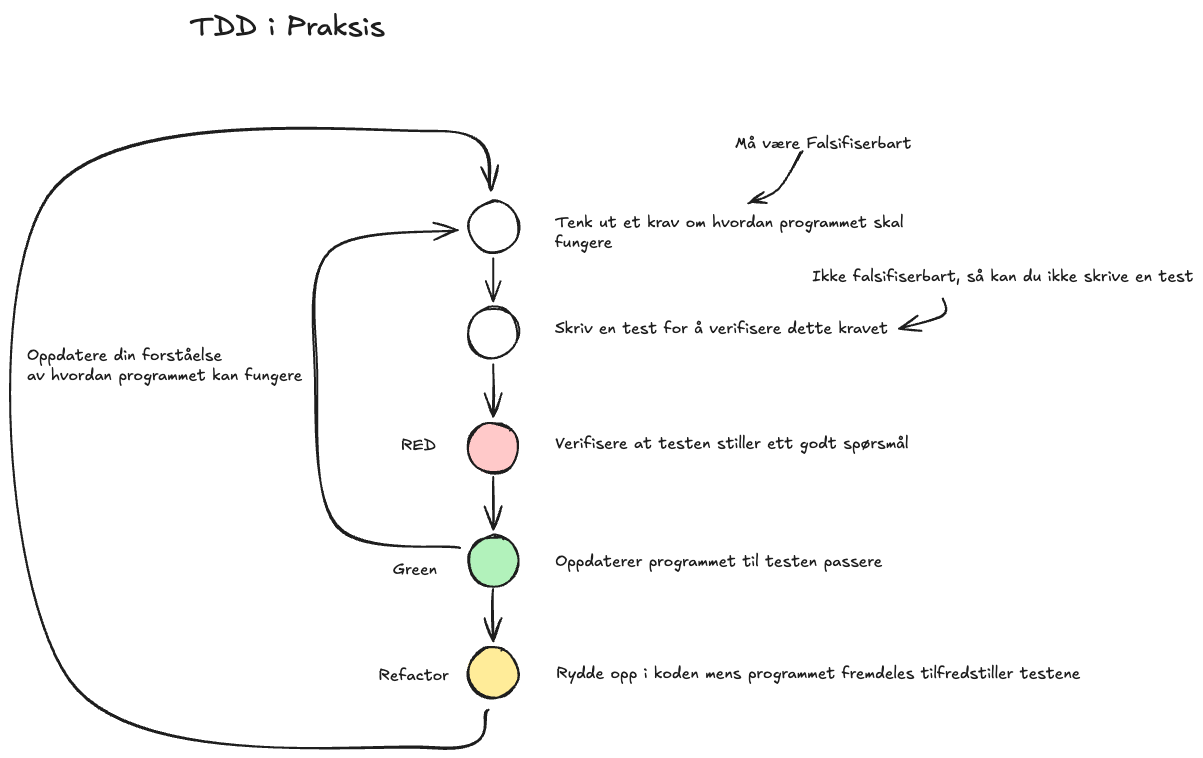
Earlier version of the Excalidraw export docs/tdd-rythm.excalidraw.png (LarsGJobloop/2025-12-01-backend-advanced). Source tidied: one line per element, renumbered; positions are measured from the earlier drawing's top-left corner, leaving out a move shared by most shapes. The source it was exported from:
```json
{"id": 0, "type": "text", "text": "TDD i Praksis", "strokeColor": "#1e1e1e", "strokeWidth": 2, "roughness": 1, "fontSize": 28, "fontFamily": 5, "x": 163, "y": 0, "width": 195, "height": 35}
{"id": 1, "type": "ellipse", "strokeColor": "#1e1e1e", "strokeWidth": 2, "roughness": 1, "round": true, "x": 441, "y": 192, "width": 51, "height": 51}
{"id": 2, "type": "ellipse", "strokeColor": "#1e1e1e", "strokeWidth": 2, "roughness": 1, "round": true, "x": 441, "y": 297, "width": 51, "height": 51}
{"id": 3, "type": "ellipse", "strokeColor": "#1e1e1e", "backgroundColor": "#ffc9c9", "fillStyle": "solid", "strokeWidth": 2, "roughness": 1, "round": true, "x": 441, "y": 413, "width": 51, "height": 51}
{"id": 4, "type": "ellipse", "strokeColor": "#1e1e1e", "backgroundColor": "#b2f2bb", "fillStyle": "solid", "strokeWidth": 2, "roughness": 1, "round": true, "x": 441, "y": 526, "width": 51, "height": 51}
{"id": 5, "type": "ellipse", "strokeColor": "#1e1e1e", "backgroundColor": "#ffec99", "fillStyle": "solid", "strokeWidth": 2, "roughness": 1, "round": true, "x": 441, "y": 638, "width": 51, "height": 51}
{"id": 6, "type": "text", "text": "Tenk ut et krav om hvordan programmet skal\nfungere", "strokeColor": "#1e1e1e", "strokeWidth": 2, "roughness": 1, "fontSize": 16, "fontFamily": 5, "x": 528, "y": 203, "width": 349, "height": 40}
{"id": 7, "type": "text", "text": "Skriv en test for å verifisere dette kravet", "strokeColor": "#1e1e1e", "strokeWidth": 2, "roughness": 1, "fontSize": 16, "fontFamily": 5, "x": 528, "y": 309, "width": 333, "height": 20}
{"id": 8, "type": "text", "text": "Verifisere at testen stiller ett godt spørsmål", "strokeColor": "#1e1e1e", "strokeWidth": 2, "roughness": 1, "fontSize": 16, "fontFamily": 5, "x": 528, "y": 424, "width": 353, "height": 20}
{"id": 9, "type": "text", "text": "Oppdaterer programmet til testen passere", "strokeColor": "#1e1e1e", "strokeWidth": 2, "roughness": 1, "fontSize": 16, "fontFamily": 5, "x": 528, "y": 542, "width": 327, "height": 20}
{"id": 10, "type": "text", "text": "Rydde opp i koden mens programmet fremdeles tilfredstiller testene", "strokeColor": "#1e1e1e", "strokeWidth": 2, "roughness": 1, "fontSize": 16, "fontFamily": 5, "x": 529, "y": 654, "width": 525, "height": 20}
{"id": 11, "type": "text", "text": "RED", "strokeColor": "#1e1e1e", "strokeWidth": 2, "roughness": 1, "fontSize": 16, "fontFamily": 5, "x": 374, "y": 426, "width": 36, "height": 20}
{"id": 12, "type": "text", "text": "Green", "strokeColor": "#1e1e1e", "strokeWidth": 2, "roughness": 1, "fontSize": 16, "fontFamily": 5, "x": 366, "y": 550, "width": 44, "height": 20}
{"id": 13, "type": "text", "text": "Refactor", "strokeColor": "#1e1e1e", "strokeWidth": 2, "roughness": 1, "fontSize": 16, "fontFamily": 5, "x": 351, "y": 656, "width": 71, "height": 20}
{"id": 14, "type": "text", "text": "Må være Falsifiserbart", "strokeColor": "#1e1e1e", "strokeWidth": 2, "roughness": 1, "fontSize": 16, "fontFamily": 5, "x": 708, "y": 124, "width": 176, "height": 20}
{"id": 15, "type": "text", "text": "Ikke falsifiserbart, så kan du ikke skrive en test", "strokeColor": "#1e1e1e", "strokeWidth": 2, "roughness": 1, "fontSize": 16, "fontFamily": 5, "x": 785, "y": 257, "width": 381, "height": 20}
{"id": 16, "type": "arrow", "strokeColor": "#1e1e1e", "strokeWidth": 2, "roughness": 1, "endArrowhead": "arrow", "round": true, "from": 14, "x": 774, "y": 142, "width": 52, "height": 51, "points": [[0, 0], [-22, 38], [-52, 51]]}
{"id": 17, "type": "arrow", "strokeColor": "#1e1e1e", "strokeWidth": 2, "roughness": 1, "endArrowhead": "arrow", "round": true, "from": 15, "x": 916, "y": 288, "width": 44, "height": 30, "points": [[0, 0], [0, 17], [-44, 30]]}
{"id": 18, "type": "arrow", "strokeColor": "#1e1e1e", "strokeWidth": 2, "roughness": 1, "endArrowhead": "arrow", "from": 1, "to": 2, "x": 466, "y": 248, "width": 0, "height": 43, "points": [[0, 0], [0, 43]]}
{"id": 19, "type": "arrow", "strokeColor": "#1e1e1e", "strokeWidth": 2, "roughness": 1, "endArrowhead": "arrow", "from": 2, "to": 3, "x": 466, "y": 354, "width": 0, "height": 52, "points": [[0, 0], [0, 52]]}
{"id": 20, "type": "arrow", "strokeColor": "#1e1e1e", "strokeWidth": 2, "roughness": 1, "endArrowhead": "arrow", "to": 4, "x": 466, "y": 467, "width": 0, "height": 53, "points": [[0, 0], [0, 53]]}
{"id": 21, "type": "arrow", "strokeColor": "#1e1e1e", "strokeWidth": 2, "roughness": 1, "endArrowhead": "arrow", "to": 5, "x": 466, "y": 579, "width": 0, "height": 53, "points": [[0, 0], [0, 53]]}
{"id": 22, "type": "arrow", "strokeColor": "#1e1e1e", "backgroundColor": "#b2f2bb", "fillStyle": "solid", "strokeWidth": 2, "roughness": 1, "endArrowhead": "arrow", "round": true, "from": 4, "x": 433, "y": 537, "width": 144, "height": 317, "points": [[0, 0], [-123, -22], [-144, -175], [-130, -296], [-3, -317]]}
{"id": 23, "type": "text", "text": "Oppdatere din forståelse\nav hvordan programmet kan fungere", "strokeColor": "#1e1e1e", "backgroundColor": "#b2f2bb", "fillStyle": "solid", "strokeWidth": 2, "roughness": 1, "fontSize": 16, "fontFamily": 5, "x": 0, "y": 336, "width": 275, "height": 40}
{"id": 24, "type": "arrow", "strokeColor": "#1e1e1e", "backgroundColor": "#ffec99", "fillStyle": "solid", "strokeWidth": 2, "roughness": 1, "endArrowhead": "arrow", "round": true, "from": 5, "x": 461, "y": 699, "width": 444, "height": 617, "points": [[0, 0], [-53, 39], [-420, -30], [-440, -513], [-52, -578], [4, -518]]}
```
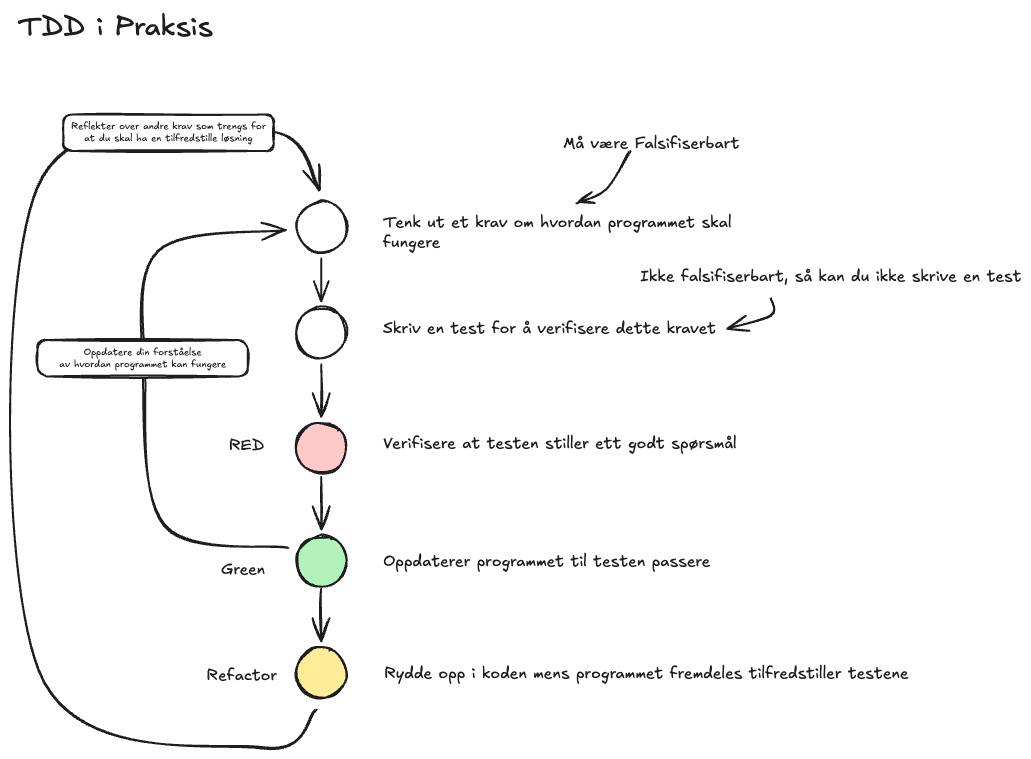
The same diagram one commit later.

Commit message:
docs: update tdd rythm sketch

Diff of the diagram source:
```diff
@@ -21,5 +21,8 @@
 {"id": 20, "type": "arrow", "strokeColor": "#1e1e1e", "strokeWidth": 2, "roughness": 1, "endArrowhead": "arrow", "to": 4, "x": 466, "y": 467, "width": 0, "height": 53, "points": [[0, 0], [0, 53]]}
 {"id": 21, "type": "arrow", "strokeColor": "#1e1e1e", "strokeWidth": 2, "roughness": 1, "endArrowhead": "arrow", "to": 5, "x": 466, "y": 579, "width": 0, "height": 53, "points": [[0, 0], [0, 53]]}
 {"id": 22, "type": "arrow", "strokeColor": "#1e1e1e", "backgroundColor": "#b2f2bb", "fillStyle": "solid", "strokeWidth": 2, "roughness": 1, "endArrowhead": "arrow", "round": true, "from": 4, "x": 433, "y": 537, "width": 144, "height": 317, "points": [[0, 0], [-123, -22], [-144, -175], [-130, -296], [-3, -317]]}
+{"id": 24, "type": "arrow", "strokeColor": "#1e1e1e", "backgroundColor": "#ffec99", "fillStyle": "solid", "strokeWidth": 2, "roughness": 1, "endArrowhead": "arrow", "round": true, "from": 5, "x": 461, "y": 699, "width": 283, "height": 617, "points": [[0, 0], [-53, 39], [-278, -38], [-279, -522], [-52, -578], [4, -518]]}
+{"id": 25, "type": "rectangle", "strokeColor": "#1e1e1e", "backgroundColor": "#ffffff", "fillStyle": "solid", "strokeWidth": 2, "roughness": 1, "round": true, "x": 182, "y": 330, "width": 210, "height": 36}
-{"id": 23, "type": "text", "text": "Oppdatere din forståelse\nav hvordan programmet kan fungere", "strokeColor": "#1e1e1e", "backgroundColor": "#b2f2bb", "fillStyle": "solid", "strokeWidth": 2, "roughness": 1, "fontSize": 16, "fontFamily": 5, "x": 0, "y": 336, "width": 275, "height": 40}
+{"id": 23, "type": "text", "text": "Oppdatere din forståelse\nav hvordan programmet kan fungere", "strokeColor": "#1e1e1e", "backgroundColor": "#ffec99", "fillStyle": "solid", "strokeWidth": 2, "roughness": 1, "fontSize": 9.68, "fontFamily": 5, "textAlign": "center", "verticalAlign": "middle", "inside": 25, "x": 204, "y": 336, "width": 167, "height": 24}
-{"id": 24, "type": "arrow", "strokeColor": "#1e1e1e", "backgroundColor": "#ffec99", "fillStyle": "solid", "strokeWidth": 2, "roughness": 1, "endArrowhead": "arrow", "round": true, "from": 5, "x": 461, "y": 699, "width": 444, "height": 617, "points": [[0, 0], [-53, 39], [-420, -30], [-440, -513], [-52, -578], [4, -518]]}
+{"id": 26, "type": "rectangle", "strokeColor": "#1e1e1e", "backgroundColor": "#ffffff", "fillStyle": "solid", "strokeWidth": 2, "roughness": 1, "round": true, "x": 208, "y": 105, "width": 210, "height": 36}
+{"id": 27, "type": "text", "text": "Reflekter over andre krav som trengs for\nat du skal ha en tilfredstille løsning", "strokeColor": "#1e1e1e", "backgroundColor": "#ffec99", "fillStyle": "solid", "strokeWidth": 2, "roughness": 1, "fontSize": 9.68, "fontFamily": 5, "textAlign": "center", "verticalAlign": "middle", "inside": 26, "x": 216, "y": 111, "width": 195, "height": 24}
```
